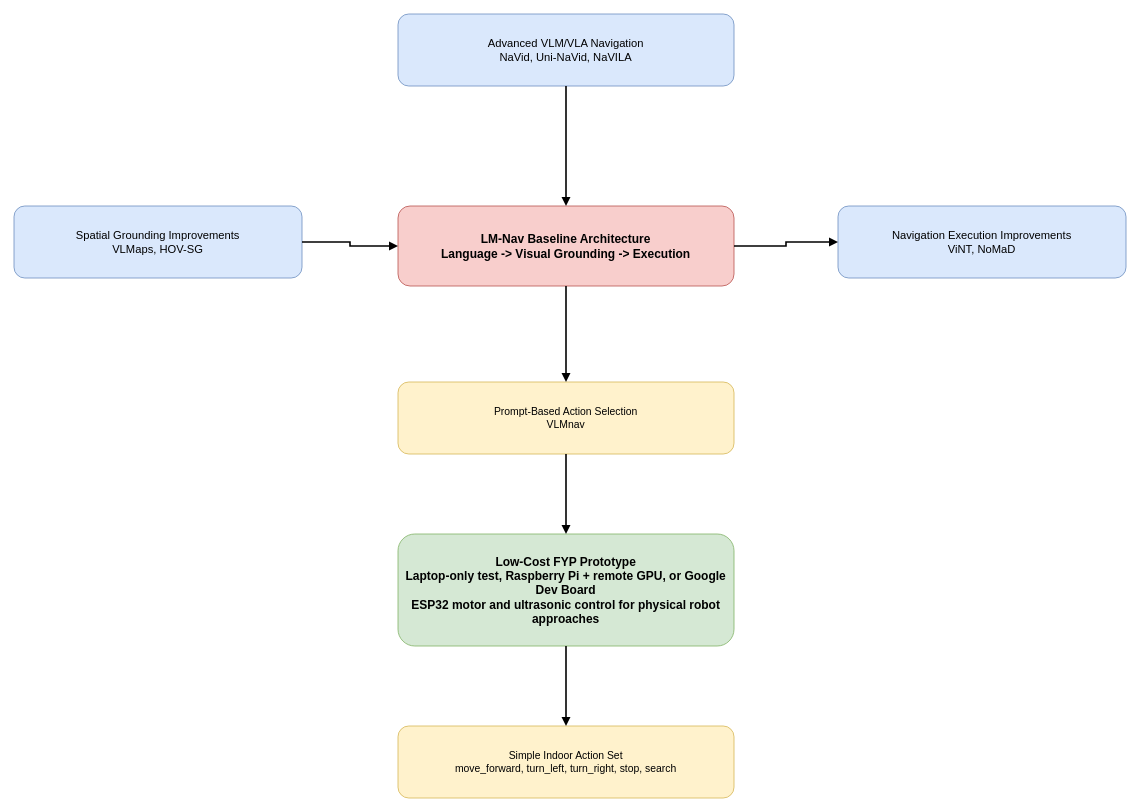
Earlier version of the draw.io diagram drawio/chapter_2/figure_2_3_positioning_of_related_works_around_lm_nav.drawio (amfarhnn/VLM-Based-Robot-Navigation). Source tidied: cells renumbered, new cells numbered last; positions are measured from the earlier drawing's top-left corner, leaving out a move shared by most shapes. Both pictures are drawn from the tidied source at 80%, with x=0, y=0 at pixel (14, 14).
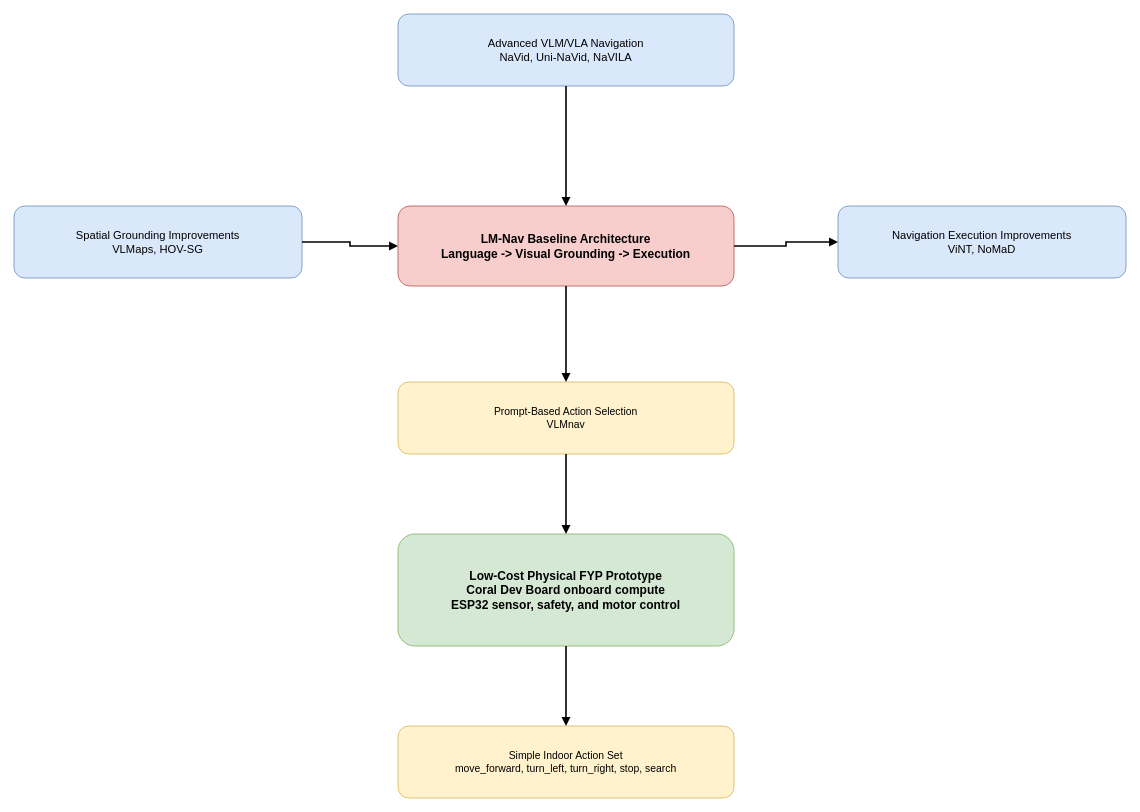
The same diagram, later.

Diff of the diagram source:
```diff
@@
 <mxGraphModel>
   <root>
     <mxCell id="0" />
     <mxCell id="1" parent="0" />
     <mxCell id="2" value="Advanced VLM/VLA Navigation&#10;NaVid, Uni-NaVid, NaVILA" style="rounded=1;whiteSpace=wrap;html=1;fillColor=#dae8fc;strokeColor=#6c8ebf;fontSize=14;" parent="1" vertex="1">
       <mxGeometry x="480" width="420" height="90" as="geometry" />
     </mxCell>
     <mxCell id="3" value="Spatial Grounding Improvements&#10;VLMaps, HOV-SG" style="rounded=1;whiteSpace=wrap;html=1;fillColor=#dae8fc;strokeColor=#6c8ebf;fontSize=14;" parent="1" vertex="1">
       <mxGeometry y="240" width="360" height="90" as="geometry" />
     </mxCell>
     <mxCell id="4" value="LM-Nav Baseline Architecture&#10;Language -&gt; Visual Grounding -&gt; Execution" style="rounded=1;whiteSpace=wrap;html=1;fillColor=#f8cecc;strokeColor=#b85450;fontStyle=1;fontSize=15;" parent="1" vertex="1">
       <mxGeometry x="480" y="240" width="420" height="100" as="geometry" />
     </mxCell>
     <mxCell id="5" value="Navigation Execution Improvements&#10;ViNT, NoMaD" style="rounded=1;whiteSpace=wrap;html=1;fillColor=#dae8fc;strokeColor=#6c8ebf;fontSize=14;" parent="1" vertex="1">
       <mxGeometry x="1030" y="240" width="360" height="90" as="geometry" />
     </mxCell>
     <mxCell id="6" value="Prompt-Based Action Selection&#10;VLMnav" style="rounded=1;whiteSpace=wrap;html=1;fillColor=#fff2cc;strokeColor=#d6b656;fontSize=13;" parent="1" vertex="1">
       <mxGeometry x="480" y="460" width="420" height="90" as="geometry" />
     </mxCell>
-    <mxCell id="7" value="Low-Cost FYP Prototype&#10;Laptop-only test, Raspberry Pi + remote GPU, or Google Dev Board&#10;ESP32 motor and ultrasonic control for physical robot approaches" style="rounded=1;whiteSpace=wrap;html=1;fillColor=#d5e8d4;strokeColor=#82b366;fontStyle=1;fontSize=15;" parent="1" vertex="1">
+    <mxCell id="7" value="Low-Cost Physical FYP Prototype&#10;Coral Dev Board onboard compute&#10;ESP32 sensor, safety, and motor control" style="rounded=1;whiteSpace=wrap;html=1;fillColor=#d5e8d4;strokeColor=#82b366;fontStyle=1;fontSize=15;" parent="1" vertex="1">
       <mxGeometry x="480" y="650" width="420" height="140" as="geometry" />
     </mxCell>
     <mxCell id="8" value="Simple Indoor Action Set&#10;move_forward, turn_left, turn_right, stop, search" style="rounded=1;whiteSpace=wrap;html=1;fillColor=#fff2cc;strokeColor=#d6b656;fontSize=13;" parent="1" vertex="1">
       <mxGeometry x="480" y="890" width="420" height="90" as="geometry" />
     </mxCell>
     <mxCell id="9" style="edgeStyle=orthogonalEdgeStyle;rounded=0;jettySize=auto;html=1;endArrow=block;endFill=1;strokeWidth=2;" parent="1" edge="1" source="3" target="4">
       <mxGeometry relative="1" as="geometry" />
     </mxCell>
     <mxCell id="10" style="edgeStyle=orthogonalEdgeStyle;rounded=0;jettySize=auto;html=1;endArrow=block;endFill=1;strokeWidth=2;" parent="1" edge="1" source="4" target="5">
       <mxGeometry relative="1" as="geometry" />
     </mxCell>
     <mxCell id="11" style="edgeStyle=orthogonalEdgeStyle;rounded=0;jettySize=auto;html=1;endArrow=block;endFill=1;strokeWidth=2;" parent="1" edge="1" source="2" target="4">
       <mxGeometry relative="1" as="geometry" />
     </mxCell>
     <mxCell id="12" style="edgeStyle=orthogonalEdgeStyle;rounded=0;jettySize=auto;html=1;endArrow=block;endFill=1;strokeWidth=2;" parent="1" edge="1" source="4" target="6">
       <mxGeometry relative="1" as="geometry" />
     </mxCell>
     <mxCell id="13" style="edgeStyle=orthogonalEdgeStyle;rounded=0;jettySize=auto;html=1;endArrow=block;endFill=1;strokeWidth=2;" parent="1" edge="1" source="6" target="7">
       <mxGeometry relative="1" as="geometry" />
     </mxCell>
     <mxCell id="14" style="edgeStyle=orthogonalEdgeStyle;rounded=0;jettySize=auto;html=1;endArrow=block;endFill=1;strokeWidth=2;" parent="1" edge="1" source="7" target="8">
       <mxGeometry relative="1" as="geometry" />
     </mxCell>
   </root>
 </mxGraphModel>
```
